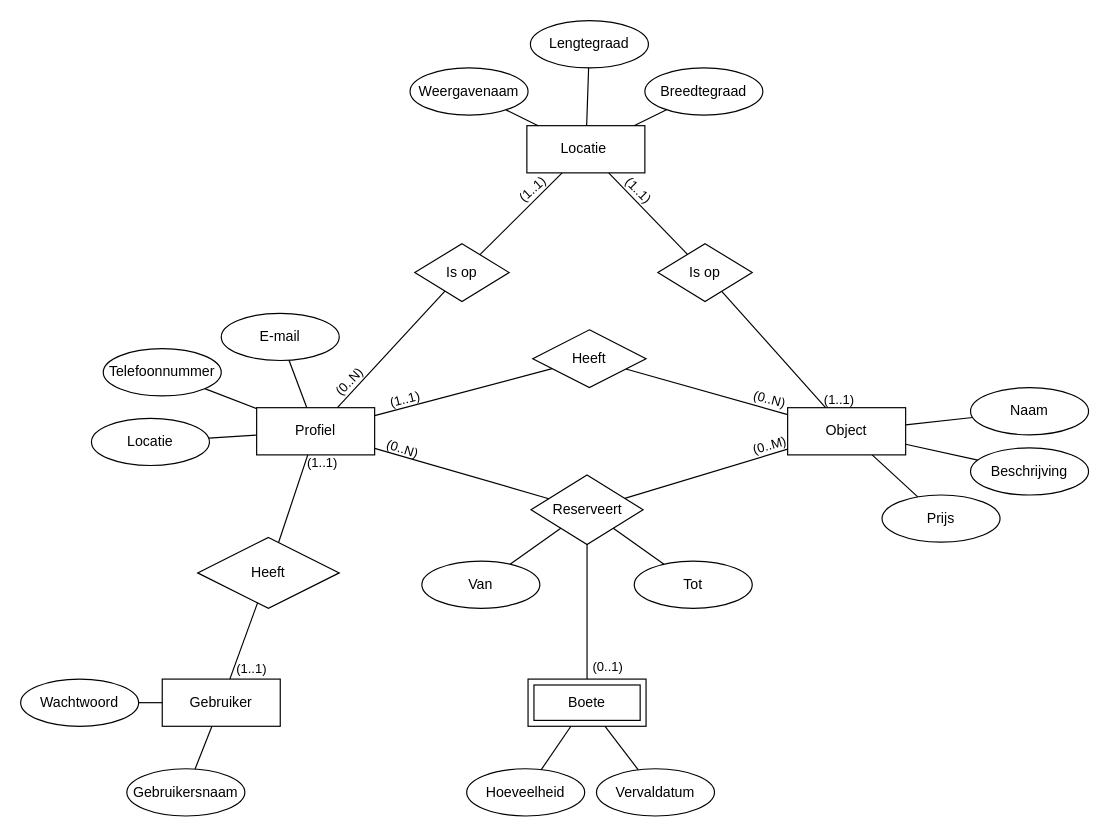
This is page "Conceptueel Model" (1 of 2) of analysis/Modellen.drawio from UCLL-Full-stack/project2425-group1-16, a draw.io file, before an edit. Source tidied: cells renumbered, new cells numbered last; positions are measured from the earlier drawing's top-left corner, leaving out a move shared by most shapes. Both pictures are drawn from the tidied source at 118%, with x=0, y=0 at pixel (20, 20).
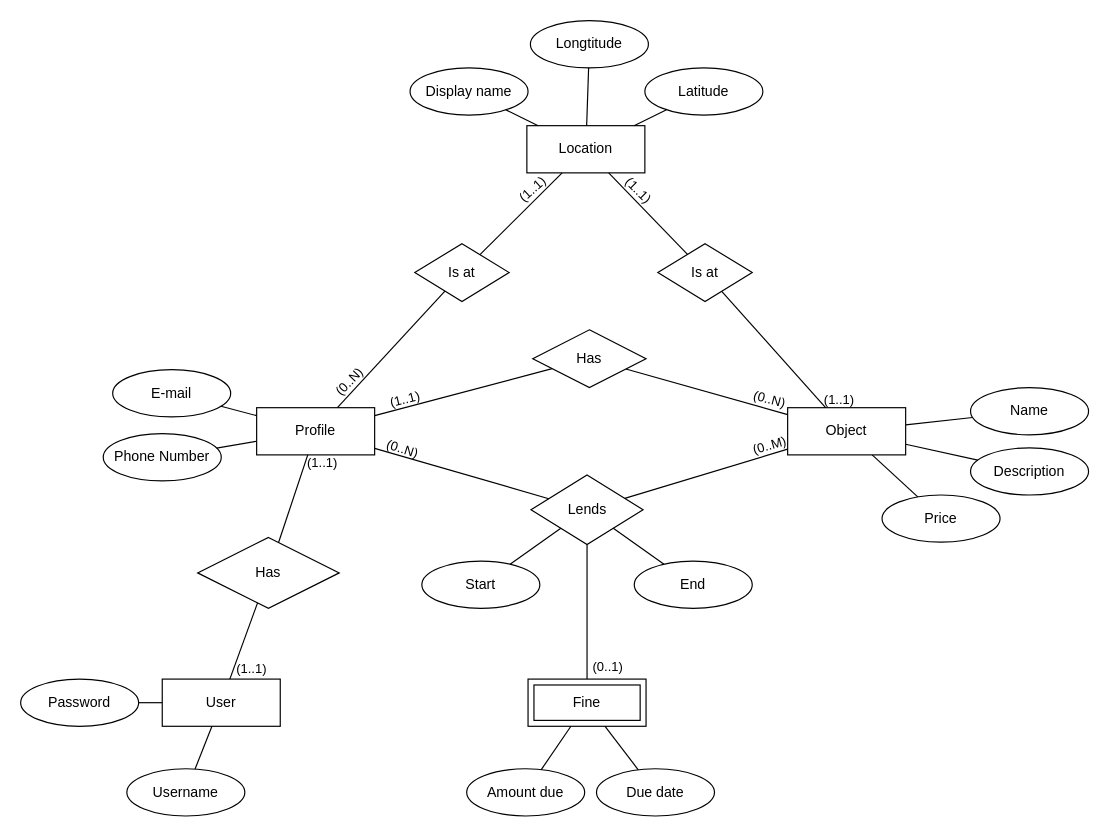
The same diagram, later.

Change to the diagram source:
```diff
@@
-    <mxCell id="2" value="Heeft" style="rhombus;whiteSpace=wrap;html=1;" parent="1" vertex="1">
+    <mxCell id="2" value="Has" style="rhombus;whiteSpace=wrap;html=1;" parent="1" vertex="1">
       <mxGeometry x="434" y="262" width="96" height="49" as="geometry" />
     </mxCell>
-    <mxCell id="3" value="Reserveert" style="rhombus;whiteSpace=wrap;html=1;" parent="1" vertex="1">
+    <mxCell id="3" value="Lends" style="rhombus;whiteSpace=wrap;html=1;" parent="1" vertex="1">
       <mxGeometry x="432.5" y="385" width="95" height="59" as="geometry" />
     </mxCell>
@@
-    <mxCell id="12" value="Boete" style="shape=ext;margin=3;double=1;whiteSpace=wrap;html=1;align=center;" parent="1" vertex="1">
+    <mxCell id="12" value="Fine" style="shape=ext;margin=3;double=1;whiteSpace=wrap;html=1;align=center;" parent="1" vertex="1">
       <mxGeometry x="430" y="558" width="100" height="40" as="geometry" />
     </mxCell>
@@
-    <mxCell id="14" value="Gebruikersnaam" style="ellipse;whiteSpace=wrap;html=1;align=center;" parent="1" vertex="1">
+    <mxCell id="14" value="Username" style="ellipse;whiteSpace=wrap;html=1;align=center;" parent="1" vertex="1">
       <mxGeometry x="90" y="634" width="100" height="40" as="geometry" />
     </mxCell>
     <mxCell id="15" value="E-mail" style="ellipse;whiteSpace=wrap;html=1;align=center;" parent="1" vertex="1">
-      <mxGeometry x="170" y="248" width="100" height="40" as="geometry" />
+      <mxGeometry x="78" y="295.8" width="100" height="40" as="geometry" />
     </mxCell>
-    <mxCell id="16" value="Telefoonnummer" style="ellipse;whiteSpace=wrap;html=1;align=center;" parent="1" vertex="1">
-      <mxGeometry x="70" y="278" width="100" height="40" as="geometry" />
+    <mxCell id="16" value="Phone Number" style="ellipse;whiteSpace=wrap;html=1;align=center;" parent="1" vertex="1">
+      <mxGeometry x="70" y="350" width="100" height="40" as="geometry" />
     </mxCell>
-    <mxCell id="17" value="Locatie" style="ellipse;whiteSpace=wrap;html=1;align=center;" parent="1" vertex="1">
-      <mxGeometry x="60" y="337" width="100" height="40" as="geometry" />
-    </mxCell>
-    <mxCell id="18" value="Wachtwoord" style="ellipse;whiteSpace=wrap;html=1;align=center;" parent="1" vertex="1">
+    <mxCell id="18" value="Password" style="ellipse;whiteSpace=wrap;html=1;align=center;" parent="1" vertex="1">
       <mxGeometry y="558" width="100" height="40" as="geometry" />
     </mxCell>
-    <mxCell id="19" style="endArrow=none;html=1;rounded=0;" parent="1" edge="1" source="38" target="17">
-      <mxGeometry relative="1" as="geometry" />
-    </mxCell>
@@
-    <mxCell id="24" value="Prijs" style="ellipse;whiteSpace=wrap;html=1;align=center;" parent="1" vertex="1">
+    <mxCell id="24" value="Price" style="ellipse;whiteSpace=wrap;html=1;align=center;" parent="1" vertex="1">
       <mxGeometry x="730" y="402" width="100" height="40" as="geometry" />
     </mxCell>
-    <mxCell id="25" value="Beschrijving" style="ellipse;whiteSpace=wrap;html=1;align=center;" parent="1" vertex="1">
+    <mxCell id="25" value="Description" style="ellipse;whiteSpace=wrap;html=1;align=center;" parent="1" vertex="1">
       <mxGeometry x="805" y="362" width="100" height="40" as="geometry" />
     </mxCell>
-    <mxCell id="26" value="Naam" style="ellipse;whiteSpace=wrap;html=1;align=center;" parent="1" vertex="1">
+    <mxCell id="26" value="Name" style="ellipse;whiteSpace=wrap;html=1;align=center;" parent="1" vertex="1">
       <mxGeometry x="805" y="311" width="100" height="40" as="geometry" />
     </mxCell>
@@
-    <mxCell id="30" value="Tot" style="ellipse;whiteSpace=wrap;html=1;align=center;" parent="1" vertex="1">
+    <mxCell id="30" value="End" style="ellipse;whiteSpace=wrap;html=1;align=center;" parent="1" vertex="1">
       <mxGeometry x="520" y="458" width="100" height="40" as="geometry" />
     </mxCell>
-    <mxCell id="31" value="Van" style="ellipse;whiteSpace=wrap;html=1;align=center;" parent="1" vertex="1">
+    <mxCell id="31" value="Start" style="ellipse;whiteSpace=wrap;html=1;align=center;" parent="1" vertex="1">
       <mxGeometry x="340" y="458" width="100" height="40" as="geometry" />
     </mxCell>
@@
-    <mxCell id="34" value="Gebruiker" style="whiteSpace=wrap;html=1;align=center;" parent="1" vertex="1">
+    <mxCell id="34" value="User" style="whiteSpace=wrap;html=1;align=center;" parent="1" vertex="1">
       <mxGeometry x="120" y="558" width="100" height="40" as="geometry" />
     </mxCell>
@@
-    <mxCell id="36" value="Hoeveelheid" style="ellipse;whiteSpace=wrap;html=1;align=center;" parent="1" vertex="1">
+    <mxCell id="36" value="Amount due" style="ellipse;whiteSpace=wrap;html=1;align=center;" parent="1" vertex="1">
       <mxGeometry x="378" y="634" width="100" height="40" as="geometry" />
     </mxCell>
@@
-    <mxCell id="38" value="Profiel" style="whiteSpace=wrap;html=1;align=center;" parent="1" vertex="1">
+    <mxCell id="38" value="Profile" style="whiteSpace=wrap;html=1;align=center;" parent="1" vertex="1">
       <mxGeometry x="200" y="328" width="100" height="40" as="geometry" />
     </mxCell>
-    <mxCell id="39" value="Heeft" style="shape=rhombus;perimeter=rhombusPerimeter;whiteSpace=wrap;html=1;align=center;" parent="1" vertex="1">
+    <mxCell id="39" value="Has" style="shape=rhombus;perimeter=rhombusPerimeter;whiteSpace=wrap;html=1;align=center;" parent="1" vertex="1">
       <mxGeometry x="150" y="438" width="120" height="60" as="geometry" />
     </mxCell>
@@
-    <mxCell id="44" value="Locatie&amp;nbsp;" style="whiteSpace=wrap;html=1;align=center;" parent="1" vertex="1">
+    <mxCell id="44" value="Location" style="whiteSpace=wrap;html=1;align=center;" parent="1" vertex="1">
       <mxGeometry x="429" y="89" width="100" height="40" as="geometry" />
     </mxCell>
-    <mxCell id="45" value="Is op" style="rhombus;whiteSpace=wrap;html=1;" parent="1" vertex="1">
+    <mxCell id="45" value="Is at" style="rhombus;whiteSpace=wrap;html=1;" parent="1" vertex="1">
       <mxGeometry x="540" y="189" width="80" height="49" as="geometry" />
     </mxCell>
-    <mxCell id="46" value="Is op" style="rhombus;whiteSpace=wrap;html=1;" parent="1" vertex="1">
+    <mxCell id="46" value="Is at" style="rhombus;whiteSpace=wrap;html=1;" parent="1" vertex="1">
       <mxGeometry x="334" y="189" width="80" height="49" as="geometry" />
     </mxCell>
@@
-    <mxCell id="55" value="Breedtegraad" style="ellipse;whiteSpace=wrap;html=1;align=center;" parent="1" vertex="1">
+    <mxCell id="55" value="Latitude" style="ellipse;whiteSpace=wrap;html=1;align=center;" parent="1" vertex="1">
       <mxGeometry x="529" y="40" width="100" height="40" as="geometry" />
     </mxCell>
-    <mxCell id="56" value="Lengtegraad" style="ellipse;whiteSpace=wrap;html=1;align=center;" parent="1" vertex="1">
+    <mxCell id="56" value="Longtitude" style="ellipse;whiteSpace=wrap;html=1;align=center;" parent="1" vertex="1">
       <mxGeometry x="432" width="100" height="40" as="geometry" />
     </mxCell>
-    <mxCell id="57" value="Weergavenaam" style="ellipse;whiteSpace=wrap;html=1;align=center;" parent="1" vertex="1">
+    <mxCell id="57" value="Display name" style="ellipse;whiteSpace=wrap;html=1;align=center;" parent="1" vertex="1">
       <mxGeometry x="330" y="40" width="100" height="40" as="geometry" />
     </mxCell>
@@
-    <mxCell id="61" value="Vervaldatum" style="ellipse;whiteSpace=wrap;html=1;align=center;" parent="1" vertex="1">
+    <mxCell id="61" value="Due date" style="ellipse;whiteSpace=wrap;html=1;align=center;" parent="1" vertex="1">
       <mxGeometry x="488" y="634" width="100" height="40" as="geometry" />
     </mxCell>
```
